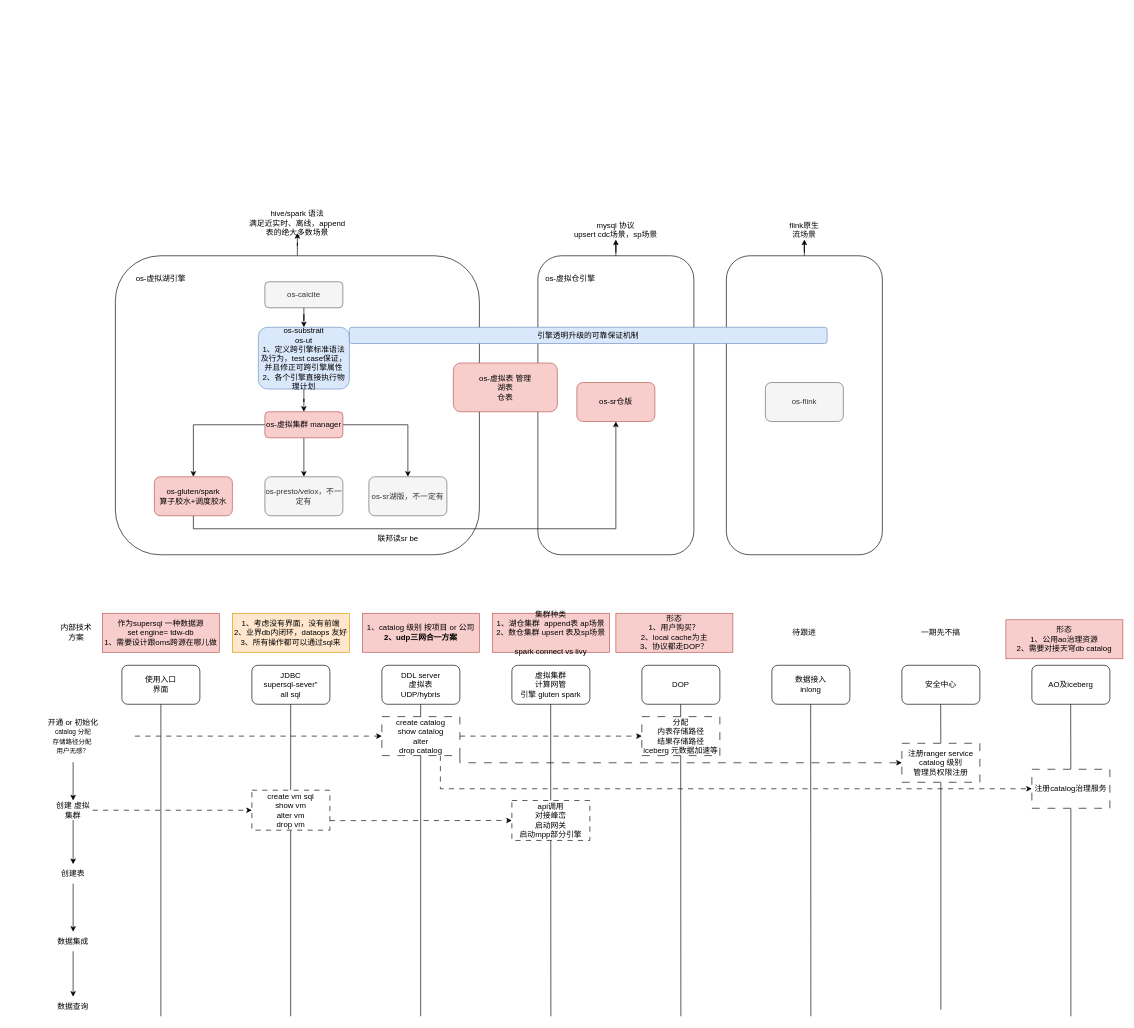
Earlier version of the draw.io diagram os虚拟引擎.drawio (yuhuali1989/ui). Source tidied: cells renumbered, new cells numbered last; positions are measured from the earlier drawing's top-left corner, leaving out a move shared by most shapes. Both pictures are drawn from the tidied source at 65%, with x=0, y=0 at pixel (11, 213).
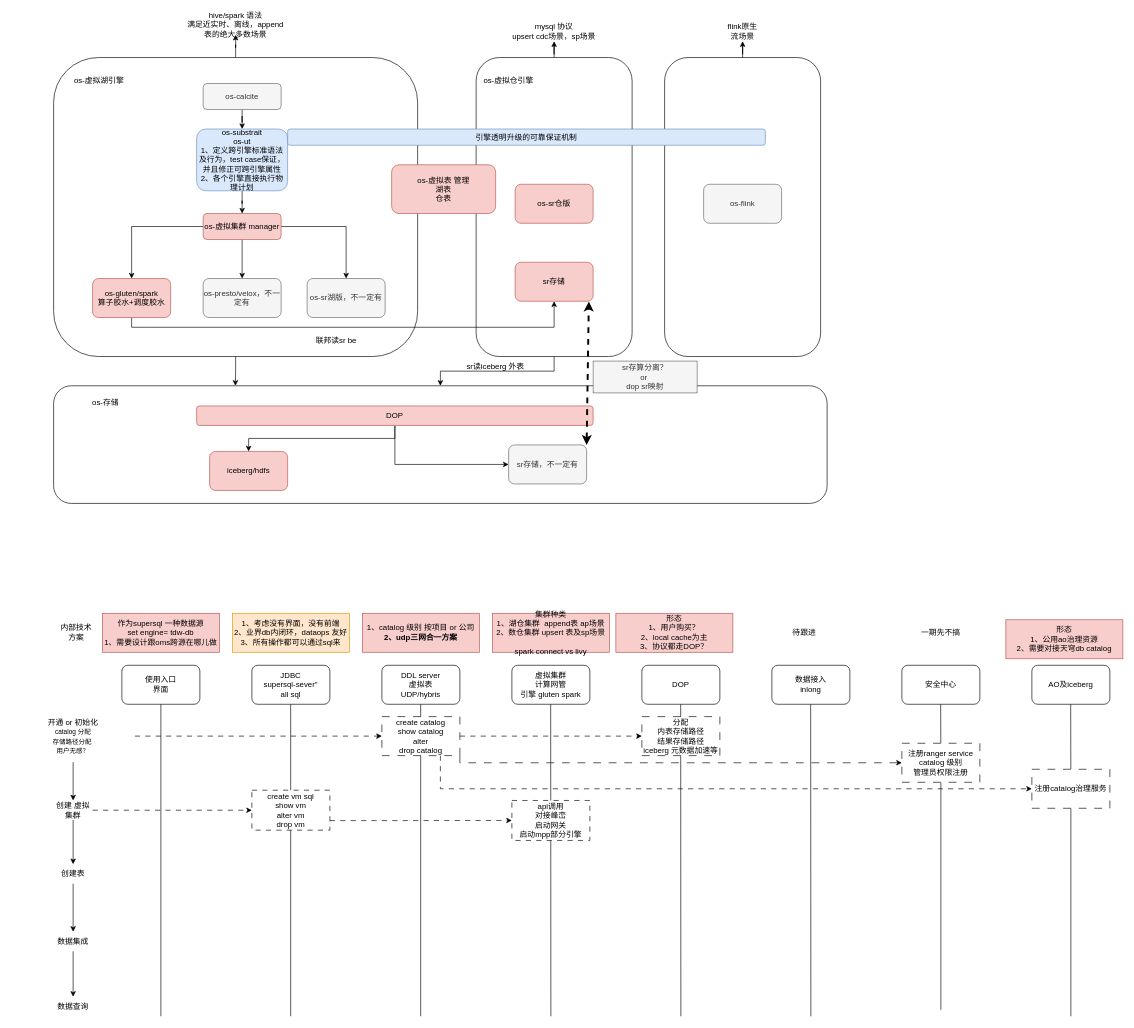
Above is the later version.

The edit, as a diff of the source:
```diff
@@
+    <mxCell id="78" style="rounded=1;whiteSpace=wrap;html=1;" parent="1" vertex="1">
+      <mxGeometry x="65" y="265" width="1190" height="181" as="geometry" />
+    </mxCell>
+    <mxCell id="79" style="edgeStyle=orthogonalEdgeStyle;rounded=0;jettySize=auto;html=1;entryX=0.5;entryY=0;entryDx=0;entryDy=0;" parent="1" edge="1" source="2" target="78">
+      <mxGeometry relative="1" as="geometry" />
+    </mxCell>
     <mxCell id="2" style="rounded=1;whiteSpace=wrap;html=1;" parent="1" vertex="1">
-      <mxGeometry x="810" y="65" width="240" height="460" as="geometry" />
+      <mxGeometry x="715" y="-240" width="240" height="460" as="geometry" />
     </mxCell>
@@
+    <mxCell id="80" style="edgeStyle=orthogonalEdgeStyle;rounded=0;jettySize=auto;html=1;entryX=0.235;entryY=0;entryDx=0;entryDy=0;entryPerimeter=0;" parent="1" edge="1" source="4" target="78">
+      <mxGeometry relative="1" as="geometry" />
+    </mxCell>
     <mxCell id="4" style="rounded=1;whiteSpace=wrap;html=1;" parent="1" vertex="1">
-      <mxGeometry x="160" y="65" width="560" height="460" as="geometry" />
+      <mxGeometry x="65" y="-240" width="560" height="460" as="geometry" />
     </mxCell>
@@
     <mxCell id="6" value="os-calcite" style="rounded=1;whiteSpace=wrap;html=1;fillColor=#f5f5f5;fontColor=#333333;strokeColor=#666666;" parent="1" vertex="1">
-      <mxGeometry x="390" y="105" width="120" height="40" as="geometry" />
+      <mxGeometry x="295" y="-200" width="120" height="40" as="geometry" />
     </mxCell>
@@
     <mxCell id="11" value="&lt;font style=&quot;font-size: 12px;&quot;&gt;os-substrait&lt;br&gt;os-ut&lt;br style=&quot;font-size: 10px;&quot;&gt;1、定义跨引擎标准语法及行为，test case保证，并且修正可跨引擎属性&lt;br style=&quot;font-size: 10px;&quot;&gt;2、各个引擎直接执行物理计划&lt;/font&gt;" style="rounded=1;whiteSpace=wrap;html=1;fontSize=10;fillColor=#dae8fc;strokeColor=#6c8ebf;" parent="1" vertex="1">
-      <mxGeometry x="380" y="175" width="140" height="95" as="geometry" />
+      <mxGeometry x="285" y="-130" width="140" height="95" as="geometry" />
     </mxCell>
-    <mxCell id="12" style="edgeStyle=orthogonalEdgeStyle;rounded=0;jettySize=auto;html=1;" parent="1" edge="1" source="13" target="25">
-      <mxGeometry relative="1" as="geometry">
-        <Array as="points">
-          <mxPoint x="280" y="485" />
-          <mxPoint x="930" y="485" />
-        </Array>
-      </mxGeometry>
-    </mxCell>
+    <mxCell id="81" style="edgeStyle=orthogonalEdgeStyle;rounded=0;jettySize=auto;html=1;entryX=0.5;entryY=1;entryDx=0;entryDy=0;" parent="1" edge="1" source="13" target="88">
+      <mxGeometry relative="1" as="geometry">
+        <Array as="points">
+          <mxPoint x="185" y="175" />
+          <mxPoint x="835" y="175" />
+        </Array>
+      </mxGeometry>
+    </mxCell>
     <mxCell id="13" value="os-gluten/spark&lt;br&gt;算子胶水+调度胶水" style="rounded=1;whiteSpace=wrap;html=1;fillColor=#f8cecc;strokeColor=#b85450;" parent="1" vertex="1">
-      <mxGeometry x="220" y="405" width="120" height="60" as="geometry" />
+      <mxGeometry x="125" y="100" width="120" height="60" as="geometry" />
     </mxCell>
     <mxCell id="14" value="os-presto/velox，不一定有" style="rounded=1;whiteSpace=wrap;html=1;fillColor=#f5f5f5;fontColor=#333333;strokeColor=#666666;" parent="1" vertex="1">
-      <mxGeometry x="390" y="405" width="120" height="60" as="geometry" />
+      <mxGeometry x="295" y="100" width="120" height="60" as="geometry" />
     </mxCell>
     <mxCell id="15" value="os-sr湖版，不一定有" style="rounded=1;whiteSpace=wrap;html=1;fillColor=#f5f5f5;fontColor=#333333;strokeColor=#666666;" parent="1" vertex="1">
-      <mxGeometry x="550" y="405" width="120" height="60" as="geometry" />
+      <mxGeometry x="455" y="100" width="120" height="60" as="geometry" />
     </mxCell>
     <mxCell id="16" value="os-虚拟湖引擎" style="text;html=1;strokeColor=none;fillColor=none;align=center;verticalAlign=middle;whiteSpace=wrap;rounded=0;" parent="1" vertex="1">
-      <mxGeometry x="190" y="85" width="80" height="30" as="geometry" />
+      <mxGeometry x="95" y="-220" width="80" height="30" as="geometry" />
     </mxCell>
     <mxCell id="17" value="os-虚拟集群 manager" style="rounded=1;whiteSpace=wrap;html=1;fillColor=#f8cecc;strokeColor=#b85450;" parent="1" vertex="1">
-      <mxGeometry x="390" y="305" width="120" height="40" as="geometry" />
+      <mxGeometry x="295" width="120" height="40" as="geometry" />
     </mxCell>
     <mxCell id="18" value="os-虚拟表 管理&lt;br&gt;湖表&lt;br&gt;仓表" style="rounded=1;whiteSpace=wrap;html=1;fillColor=#f8cecc;strokeColor=#b85450;" parent="1" vertex="1">
-      <mxGeometry x="680" y="230" width="160" height="75" as="geometry" />
+      <mxGeometry x="585" y="-75" width="160" height="75" as="geometry" />
     </mxCell>
@@
     <mxCell id="20" value="hive/spark 语法&lt;br&gt;满足近实时、离线，append表的绝大多数场景" style="text;html=1;strokeColor=none;fillColor=none;align=center;verticalAlign=middle;whiteSpace=wrap;rounded=0;" parent="1" vertex="1">
-      <mxGeometry x="360" width="160" height="30" as="geometry" />
+      <mxGeometry x="265" y="-305" width="160" height="30" as="geometry" />
     </mxCell>
     <mxCell id="21" value="mysql 协议&lt;br&gt;upsert cdc场景，sp场景" style="text;html=1;strokeColor=none;fillColor=none;align=center;verticalAlign=middle;whiteSpace=wrap;rounded=0;" parent="1" vertex="1">
-      <mxGeometry x="850" y="10" width="160" height="30" as="geometry" />
+      <mxGeometry x="755" y="-295" width="160" height="30" as="geometry" />
     </mxCell>
@@
     <mxCell id="23" style="rounded=1;whiteSpace=wrap;html=1;" parent="1" vertex="1">
-      <mxGeometry x="1100" y="65" width="240" height="460" as="geometry" />
+      <mxGeometry x="1005" y="-240" width="240" height="460" as="geometry" />
     </mxCell>
     <mxCell id="24" value="os-虚拟仓引擎" style="text;html=1;strokeColor=none;fillColor=none;align=center;verticalAlign=middle;whiteSpace=wrap;rounded=0;" parent="1" vertex="1">
-      <mxGeometry x="820" y="85" width="80" height="30" as="geometry" />
+      <mxGeometry x="725" y="-220" width="80" height="30" as="geometry" />
     </mxCell>
     <mxCell id="25" value="os-sr仓版" style="rounded=1;whiteSpace=wrap;html=1;fillColor=#f8cecc;strokeColor=#b85450;" parent="1" vertex="1">
-      <mxGeometry x="870" y="260" width="120" height="60" as="geometry" />
+      <mxGeometry x="775" y="-45" width="120" height="60" as="geometry" />
     </mxCell>
     <mxCell id="26" value="联邦读sr be" style="text;html=1;strokeColor=none;fillColor=none;align=center;verticalAlign=middle;whiteSpace=wrap;rounded=0;" parent="1" vertex="1">
-      <mxGeometry x="550" y="485" width="90" height="30" as="geometry" />
+      <mxGeometry x="455" y="180" width="90" height="30" as="geometry" />
     </mxCell>
     <mxCell id="27" value="flink原生&lt;br&gt;流场景" style="text;html=1;strokeColor=none;fillColor=none;align=center;verticalAlign=middle;whiteSpace=wrap;rounded=0;" parent="1" vertex="1">
-      <mxGeometry x="1180" y="10" width="80" height="30" as="geometry" />
+      <mxGeometry x="1085" y="-295" width="80" height="30" as="geometry" />
     </mxCell>
     <mxCell id="28" value="os-flink" style="rounded=1;whiteSpace=wrap;html=1;fillColor=#f5f5f5;strokeColor=#666666;fontColor=#333333;" parent="1" vertex="1">
-      <mxGeometry x="1160" y="260" width="120" height="60" as="geometry" />
+      <mxGeometry x="1065" y="-45" width="120" height="60" as="geometry" />
     </mxCell>
     <mxCell id="29" value="引擎透明升级的可靠保证机制" style="rounded=1;whiteSpace=wrap;html=1;fillColor=#dae8fc;strokeColor=#6c8ebf;" parent="1" vertex="1">
-      <mxGeometry x="520" y="175" width="735" height="25" as="geometry" />
+      <mxGeometry x="425" y="-130" width="735" height="25" as="geometry" />
     </mxCell>
@@
+    <mxCell id="82" style="edgeStyle=orthogonalEdgeStyle;rounded=0;jettySize=auto;html=1;" parent="1" edge="1" source="84" target="85">
+      <mxGeometry relative="1" as="geometry" />
+    </mxCell>
+    <mxCell id="83" style="edgeStyle=orthogonalEdgeStyle;rounded=0;jettySize=auto;html=1;entryX=0;entryY=0.5;entryDx=0;entryDy=0;" parent="1" edge="1" source="84" target="86">
+      <mxGeometry relative="1" as="geometry" />
+    </mxCell>
+    <mxCell id="84" value="DOP" style="rounded=1;whiteSpace=wrap;html=1;fillColor=#f8cecc;strokeColor=#b85450;" parent="1" vertex="1">
+      <mxGeometry x="285" y="296" width="610" height="30" as="geometry" />
+    </mxCell>
+    <mxCell id="85" value="iceberg/hdfs" style="rounded=1;whiteSpace=wrap;html=1;fillColor=#f8cecc;strokeColor=#b85450;" parent="1" vertex="1">
+      <mxGeometry x="305" y="366" width="120" height="60" as="geometry" />
+    </mxCell>
+    <mxCell id="86" value="sr存储，不一定有" style="rounded=1;whiteSpace=wrap;html=1;fillColor=#f5f5f5;fontColor=#333333;strokeColor=#666666;" parent="1" vertex="1">
+      <mxGeometry x="765" y="356" width="120" height="60" as="geometry" />
+    </mxCell>
+    <mxCell id="87" value="os-存储" style="text;html=1;strokeColor=none;fillColor=none;align=center;verticalAlign=middle;whiteSpace=wrap;rounded=0;" parent="1" vertex="1">
+      <mxGeometry x="105" y="276" width="80" height="30" as="geometry" />
+    </mxCell>
+    <mxCell id="88" value="sr存储" style="rounded=1;whiteSpace=wrap;html=1;fillColor=#f8cecc;strokeColor=#b85450;" parent="1" vertex="1">
+      <mxGeometry x="775" y="75" width="120" height="60" as="geometry" />
+    </mxCell>
+    <mxCell id="89" value="sr读iceberg 外表" style="text;html=1;strokeColor=none;fillColor=none;align=center;verticalAlign=middle;whiteSpace=wrap;rounded=0;" parent="1" vertex="1">
+      <mxGeometry x="695" y="220" width="100" height="30" as="geometry" />
+    </mxCell>
+    <mxCell id="90" style="endArrow=classic;startArrow=classic;html=1;rounded=0;entryX=0.945;entryY=1.007;entryDx=0;entryDy=0;exitX=1;exitY=0;exitDx=0;exitDy=0;entryPerimeter=0;dashed=1;strokeWidth=3;" parent="1" edge="1" source="86" target="88">
+      <mxGeometry relative="1" as="geometry" />
+    </mxCell>
+    <mxCell id="91" value="sr存算分离？&lt;br&gt;or&amp;nbsp;&lt;br&gt;dop sr映射" style="text;html=1;strokeColor=#666666;fillColor=#f5f5f5;align=center;verticalAlign=middle;whiteSpace=wrap;rounded=0;fontColor=#333333;" parent="1" vertex="1">
+      <mxGeometry x="895" y="227" width="160" height="49" as="geometry" />
+    </mxCell>
```
